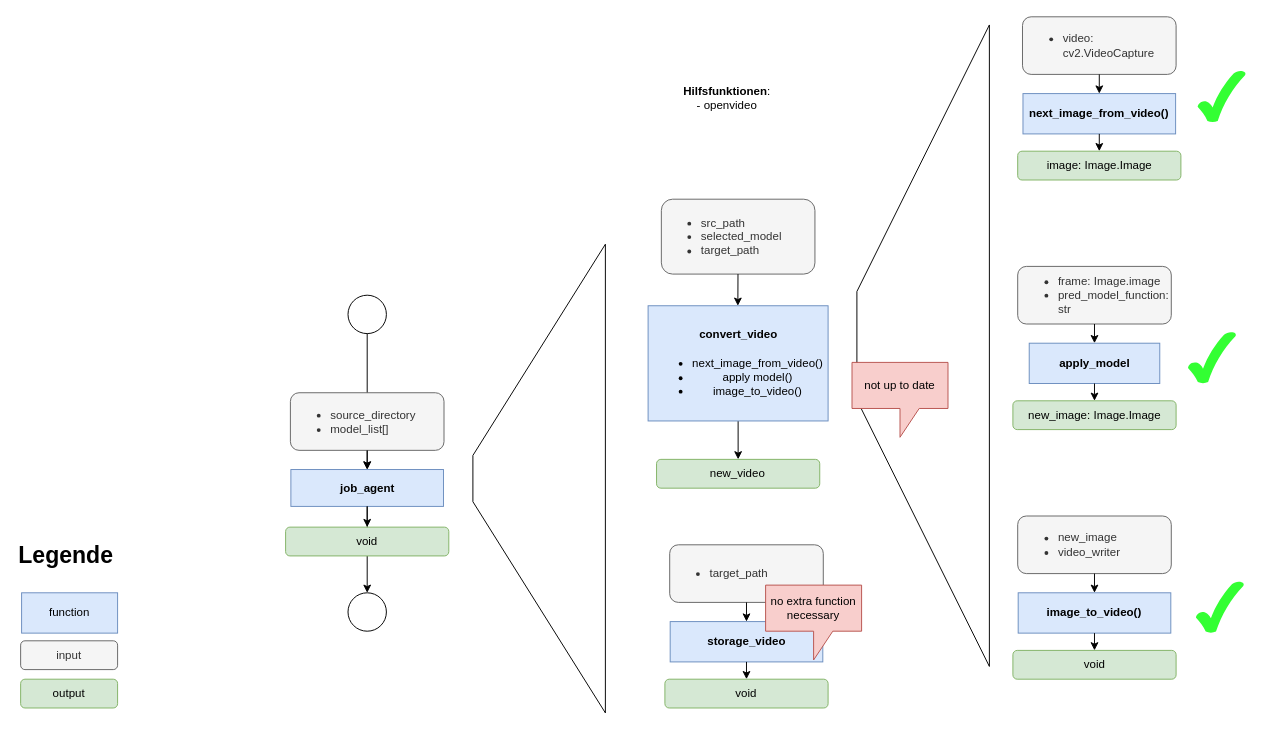
domhel/2025_p03_policy_learning keeps this draw.io diagram as doc/video_converter.drawio. Above is the earlier version. Source tidied: cells renumbered, new cells numbered last; positions are measured from the earlier drawing's top-left corner, leaving out a move shared by most shapes. Both pictures are drawn from the tidied source at 96%, with x=0, y=0 at pixel (16, 16).
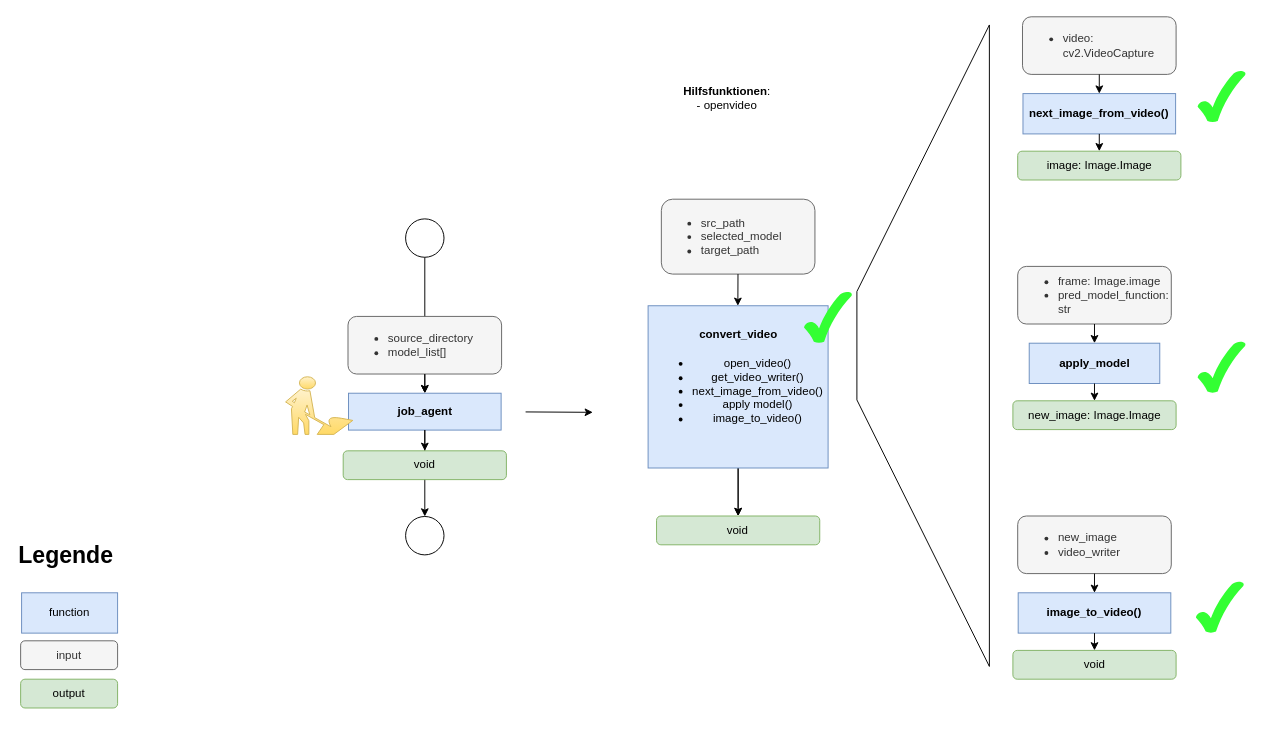
The same diagram, later.

What changed in the source:
```diff
@@
     <mxCell id="3" style="ellipse;whiteSpace=wrap;html=1;" parent="1" vertex="1">
-      <mxGeometry x="345" y="290" width="40" height="40" as="geometry" />
+      <mxGeometry x="405" y="210.5" width="40" height="40" as="geometry" />
     </mxCell>
@@
+    <mxCell id="48" style="edgeStyle=none;html=1;" parent="1" edge="1" source="14" target="16">
+      <mxGeometry relative="1" as="geometry" />
+    </mxCell>
-    <mxCell id="14" value="&lt;h4&gt;convert_video&lt;/h4&gt;&lt;div&gt;&lt;ul&gt;&lt;li&gt;next_image_from_video()&lt;/li&gt;&lt;li&gt;apply model()&lt;/li&gt;&lt;li&gt;image_to_video()&lt;/li&gt;&lt;/ul&gt;&lt;/div&gt;" style="rounded=0;whiteSpace=wrap;html=1;fillColor=#dae8fc;strokeColor=#6c8ebf;verticalAlign=top;" parent="1" vertex="1">
-      <mxGeometry x="657.6" y="301" width="187.5" height="120" as="geometry" />
+    <mxCell id="14" value="&lt;h4&gt;convert_video&lt;/h4&gt;&lt;div&gt;&lt;ul&gt;&lt;li&gt;open_video()&lt;/li&gt;&lt;li&gt;get_video_writer()&lt;/li&gt;&lt;li&gt;next_image_from_video()&lt;/li&gt;&lt;li&gt;apply model()&lt;/li&gt;&lt;li&gt;image_to_video()&lt;/li&gt;&lt;/ul&gt;&lt;/div&gt;" style="rounded=0;whiteSpace=wrap;html=1;fillColor=#dae8fc;strokeColor=#6c8ebf;verticalAlign=top;" parent="1" vertex="1">
+      <mxGeometry x="657.6" y="301" width="187.5" height="169" as="geometry" />
     </mxCell>
@@
-    <mxCell id="16" value="&lt;div&gt;&lt;font color=&quot;#000000&quot;&gt;new_video&lt;/font&gt;&lt;/div&gt;" style="rounded=1;whiteSpace=wrap;html=1;fillColor=#d5e8d4;strokeColor=#82b366;" parent="1" vertex="1">
-      <mxGeometry x="666.4" y="461" width="170" height="30" as="geometry" />
+    <mxCell id="16" value="&lt;div&gt;&lt;font color=&quot;#000000&quot;&gt;void&lt;/font&gt;&lt;/div&gt;" style="rounded=1;whiteSpace=wrap;html=1;fillColor=#d5e8d4;strokeColor=#82b366;" parent="1" vertex="1">
+      <mxGeometry x="666.4" y="520" width="170" height="30" as="geometry" />
     </mxCell>
@@
-    <mxCell id="28" value="&lt;h4&gt;storage_video&lt;/h4&gt;" style="rounded=0;whiteSpace=wrap;html=1;fillColor=#dae8fc;strokeColor=#6c8ebf;" parent="1" vertex="1">
-      <mxGeometry x="680.6" y="630" width="159" height="42" as="geometry" />
-    </mxCell>
-    <mxCell id="29" value="&lt;ul&gt;&lt;li&gt;target_path&lt;/li&gt;&lt;/ul&gt;" style="rounded=1;whiteSpace=wrap;html=1;fillColor=#f5f5f5;fontColor=#333333;strokeColor=#666666;align=left;" parent="1" vertex="1">
-      <mxGeometry x="680.1" y="550" width="160" height="60" as="geometry" />
-    </mxCell>
-    <mxCell id="30" style="endArrow=classic;html=1;entryX=0.5;entryY=0;entryDx=0;entryDy=0;exitX=0.5;exitY=1;exitDx=0;exitDy=0;" parent="1" edge="1" source="29" target="28">
-      <mxGeometry relative="1" as="geometry" />
-    </mxCell>
-    <mxCell id="31" value="void" style="rounded=1;whiteSpace=wrap;html=1;fillColor=#d5e8d4;strokeColor=#82b366;" parent="1" vertex="1">
-      <mxGeometry x="675.1" y="690" width="170" height="30" as="geometry" />
-    </mxCell>
-    <mxCell id="32" style="endArrow=classic;html=1;entryX=0.5;entryY=0;entryDx=0;entryDy=0;exitX=0.5;exitY=1;exitDx=0;exitDy=0;" parent="1" edge="1" source="28" target="31">
-      <mxGeometry relative="1" as="geometry" />
-    </mxCell>
@@
-    <mxCell id="34" style="shape=trapezoid;perimeter=trapezoidPerimeter;whiteSpace=wrap;html=1;fixedSize=1;rotation=-90;size=220;fillColor=none;" parent="1" vertex="1">
-      <mxGeometry x="300" y="412" width="488.2" height="138" as="geometry" />
-    </mxCell>
     <mxCell id="35" value="&lt;h4&gt;job_agent&lt;/h4&gt;" style="rounded=0;whiteSpace=wrap;html=1;fillColor=#dae8fc;strokeColor=#6c8ebf;" parent="1" vertex="1">
-      <mxGeometry x="285.5" y="471.6" width="159" height="38.4" as="geometry" />
+      <mxGeometry x="345.5" y="392.1" width="159" height="38.4" as="geometry" />
     </mxCell>
     <mxCell id="36" value="&lt;ul&gt;&lt;li&gt;source_directory&lt;/li&gt;&lt;li&gt;model_list[]&lt;/li&gt;&lt;/ul&gt;" style="rounded=1;whiteSpace=wrap;html=1;fillColor=#f5f5f5;fontColor=#333333;strokeColor=#666666;align=left;" parent="1" vertex="1">
-      <mxGeometry x="285" y="391.6" width="160" height="60" as="geometry" />
+      <mxGeometry x="345" y="312.1" width="160" height="60" as="geometry" />
     </mxCell>
@@
     <mxCell id="39" style="ellipse;whiteSpace=wrap;html=1;" parent="1" vertex="1">
-      <mxGeometry x="345" y="600" width="40" height="40" as="geometry" />
+      <mxGeometry x="405" y="520.5" width="40" height="40" as="geometry" />
     </mxCell>
@@
     <mxCell id="41" value="void" style="rounded=1;whiteSpace=wrap;html=1;fillColor=#d5e8d4;strokeColor=#82b366;" parent="1" vertex="1">
-      <mxGeometry x="280" y="531.6" width="170" height="30" as="geometry" />
+      <mxGeometry x="340" y="452.1" width="170" height="30" as="geometry" />
     </mxCell>
-    <mxCell id="42" value="no extra function necessary" style="shape=callout;whiteSpace=wrap;html=1;perimeter=calloutPerimeter;fillColor=#f8cecc;strokeColor=#b85450;" parent="1" vertex="1">
-      <mxGeometry x="780" y="592" width="100" height="78" as="geometry" />
-    </mxCell>
-    <mxCell id="43" value="not up to date" style="shape=callout;whiteSpace=wrap;html=1;perimeter=calloutPerimeter;fillColor=#f8cecc;strokeColor=#b85450;" parent="1" vertex="1">
-      <mxGeometry x="870" y="360" width="100" height="78" as="geometry" />
-    </mxCell>
@@
     <mxCell id="45" style="verticalLabelPosition=bottom;verticalAlign=top;html=1;shape=mxgraph.basic.tick;fillColor=#33FF33;strokeColor=none;" parent="1" vertex="1">
-      <mxGeometry x="1220" y="328" width="50" height="54" as="geometry" />
+      <mxGeometry x="820" y="286" width="50" height="54" as="geometry" />
     </mxCell>
@@
+    <mxCell id="49" style="endArrow=classic;html=1;" parent="1" edge="1">
+      <mxGeometry relative="1" as="geometry">
+        <mxPoint x="530" y="411.6" as="sourcePoint" />
+        <mxPoint x="600" y="412" as="targetPoint" />
+      </mxGeometry>
+    </mxCell>
+    <mxCell id="50" style="shape=mxgraph.signs.people.construction;html=1;fillColor=#fff2cc;strokeColor=#d6b656;verticalLabelPosition=bottom;verticalAlign=top;align=center;gradientColor=#ffd966;" parent="1" vertex="1">
+      <mxGeometry x="280" y="375" width="70" height="60" as="geometry" />
+    </mxCell>
+    <mxCell id="51" style="verticalLabelPosition=bottom;verticalAlign=top;html=1;shape=mxgraph.basic.tick;fillColor=#33FF33;strokeColor=none;" parent="1" vertex="1">
+      <mxGeometry x="1230" y="338" width="50" height="54" as="geometry" />
+    </mxCell>
```
